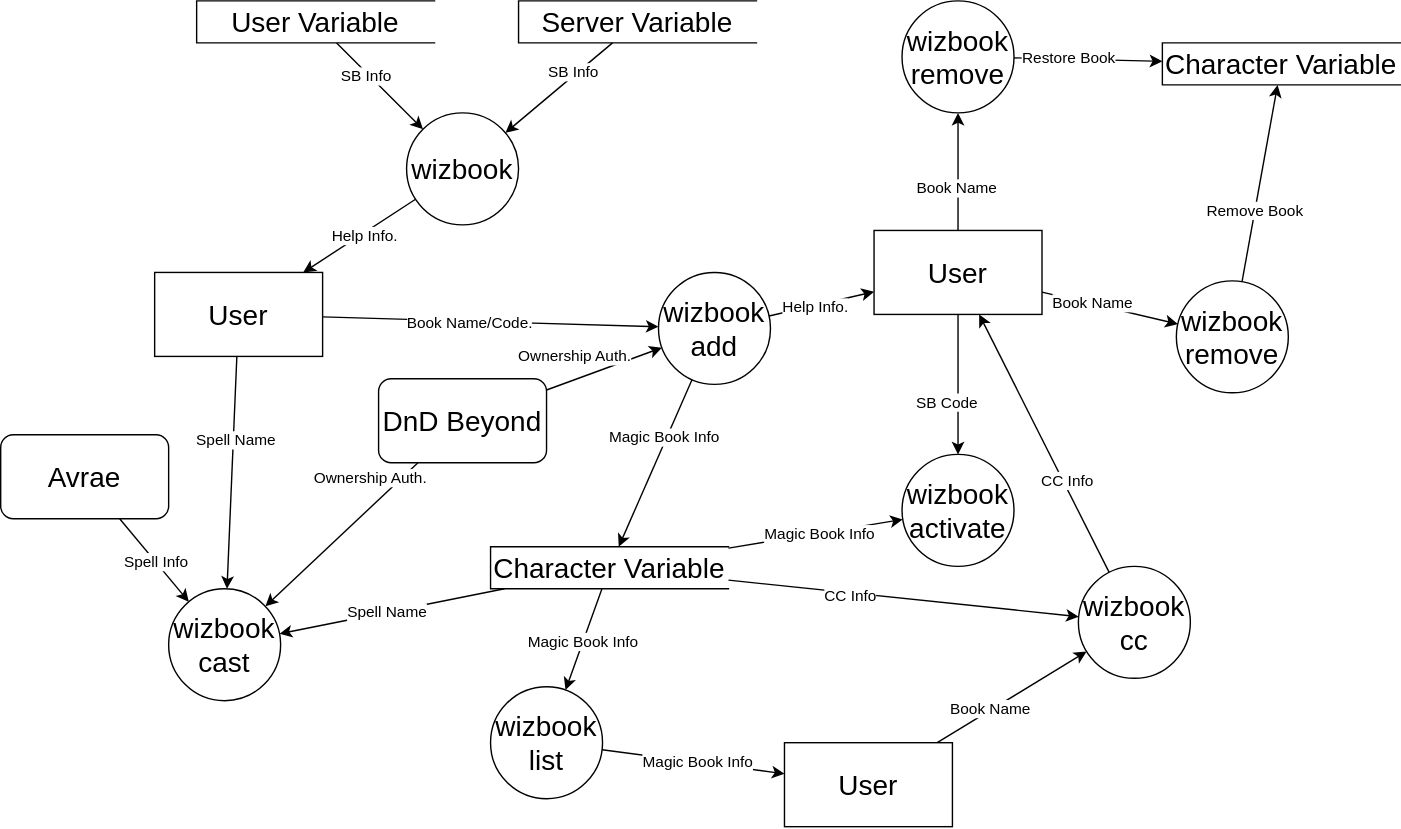
The draw.io diagram Design/wizbook_DFD.svg in SethHartman13/Magic-Book-Library, before a commit. Source tidied: cells renumbered, new cells last; positions are measured from the earlier drawing's top-left corner, leaving out a move shared by most shapes.
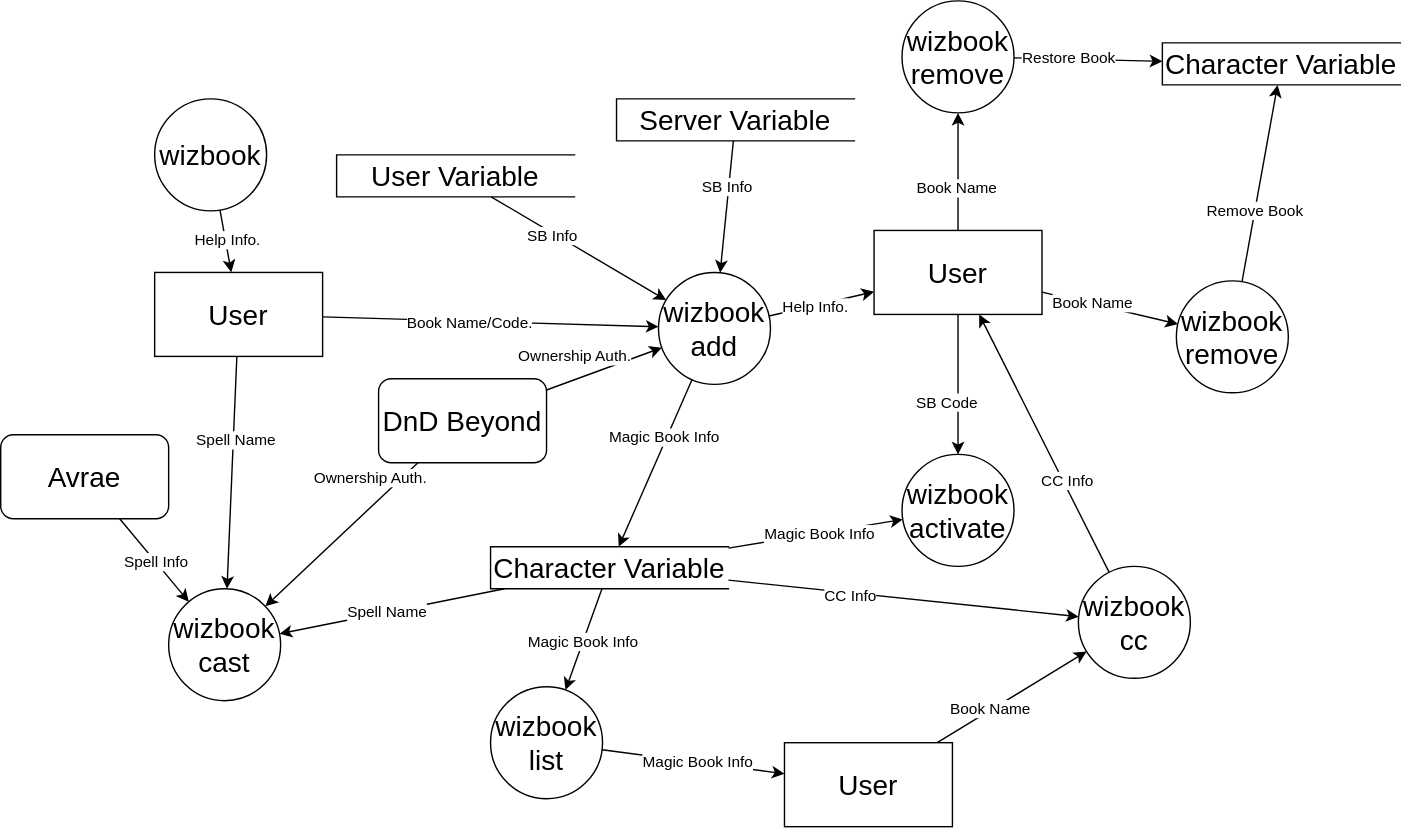
Above is the later version.

Change to the diagram source:
```diff
@@ -12,7 +12,7 @@
       <mxGeometry x="270" y="270" width="120" height="60" as="geometry" />
     </mxCell>
     <mxCell id="5" value="&lt;font style=&quot;font-size: 20px;&quot;&gt;wizbook&lt;/font&gt;" style="ellipse;whiteSpace=wrap;html=1;" parent="1" vertex="1">
-      <mxGeometry x="290" y="80" width="80" height="80" as="geometry" />
+      <mxGeometry x="110" y="70" width="80" height="80" as="geometry" />
     </mxCell>
     <mxCell id="6" style="endArrow=classic;html=1;rounded=0;noEdgeStyle=1;" parent="1" edge="1" source="5" target="56">
       <mxGeometry relative="1" as="geometry" />
@@ -174,18 +174,18 @@
       <mxGeometry x="110" y="194" width="120" height="60" as="geometry" />
     </mxCell>
     <mxCell id="57" value="&lt;font style=&quot;font-size: 20px;&quot;&gt;User Variable&lt;/font&gt;" style="html=1;dashed=0;whiteSpace=wrap;shape=partialRectangle;right=0;" parent="1" vertex="1">
-      <mxGeometry x="140" width="170" height="30" as="geometry" />
+      <mxGeometry x="240" y="110" width="170" height="30" as="geometry" />
     </mxCell>
     <mxCell id="58" value="&lt;font style=&quot;font-size: 20px;&quot;&gt;Server Variable&lt;/font&gt;" style="html=1;dashed=0;whiteSpace=wrap;shape=partialRectangle;right=0;" parent="1" vertex="1">
-      <mxGeometry x="370" width="170" height="30" as="geometry" />
+      <mxGeometry x="440" y="70" width="170" height="30" as="geometry" />
     </mxCell>
-    <mxCell id="59" style="endArrow=classic;html=1;rounded=0;noEdgeStyle=1;" parent="1" edge="1" source="58" target="5">
+    <mxCell id="59" style="endArrow=classic;html=1;rounded=0;noEdgeStyle=1;" parent="1" edge="1" source="58" target="8">
       <mxGeometry relative="1" as="geometry" />
     </mxCell>
     <mxCell id="60" value="SB Info" style="edgeLabel;html=1;align=center;verticalAlign=middle;" parent="59" vertex="1">
       <mxGeometry x="-0.3" y="-2" relative="1" as="geometry" />
     </mxCell>
-    <mxCell id="61" style="endArrow=classic;html=1;rounded=0;noEdgeStyle=1;" parent="1" edge="1" source="57" target="5">
+    <mxCell id="61" style="endArrow=classic;html=1;rounded=0;noEdgeStyle=1;" parent="1" edge="1" source="57" target="8">
       <mxGeometry relative="1" as="geometry" />
     </mxCell>
     <mxCell id="62" value="SB Info" style="edgeLabel;html=1;align=center;verticalAlign=middle;" parent="61" vertex="1">
```
